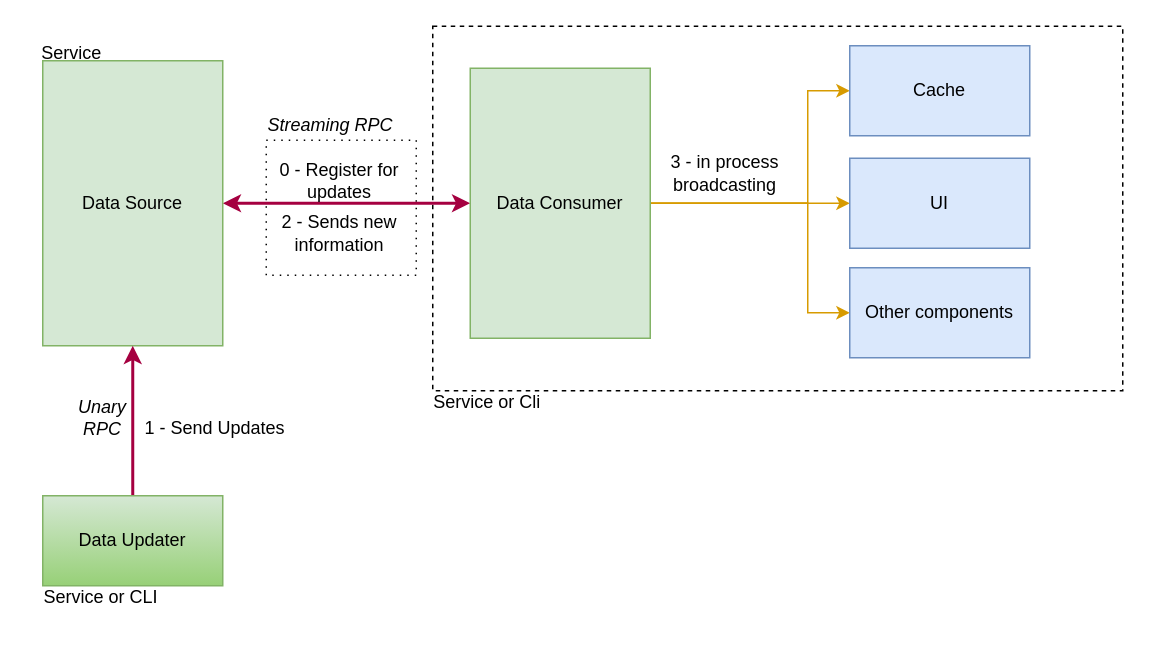
This is page "Streaming" (3 of 4) of docs/Jobico.drawio from andrescosta/jobico-fn, a draw.io file, before an edit. Source tidied: cells renumbered, new cells numbered last; positions are measured from the earlier drawing's top-left corner, leaving out a move shared by most shapes. Both pictures are drawn from the tidied source at 150%, with x=0, y=0 at pixel (26, 26).
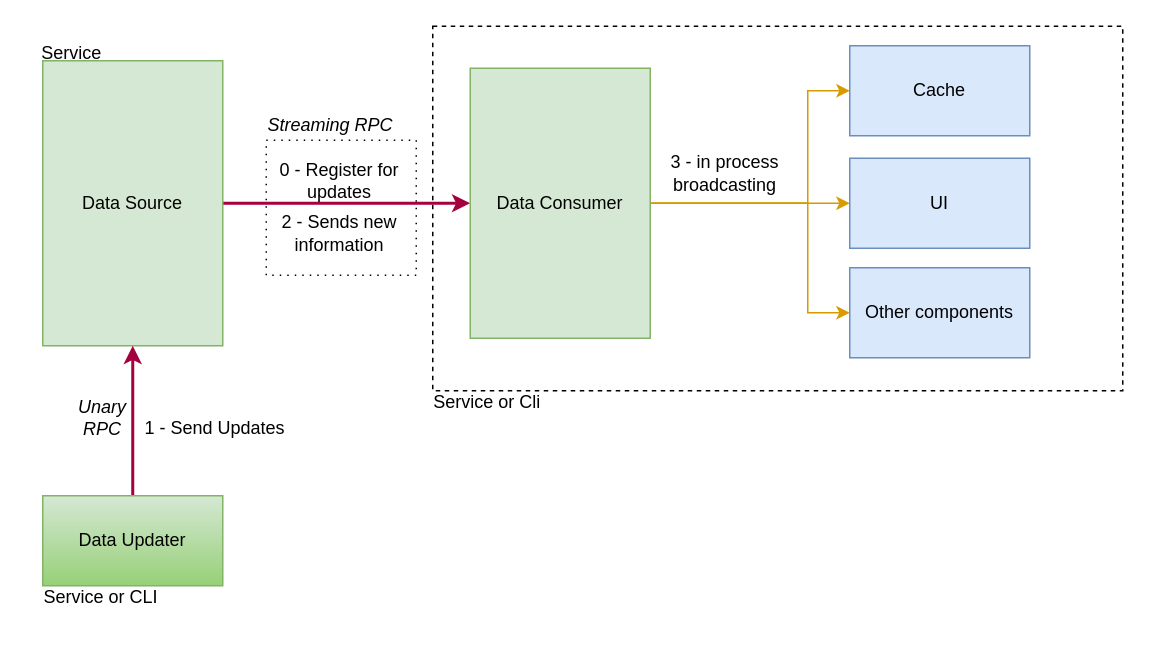
The same diagram, later.

The change refers to these unchanged cells:
```xml
<mxCell id="6" value="Data Source" style="rounded=0;whiteSpace=wrap;html=1;fillColor=#d5e8d4;strokeColor=#82b366;" parent="1" vertex="1">
  <mxGeometry x="11" y="23" width="120" height="190" as="geometry" />
</mxCell>
<mxCell id="12" value="Data Consumer" style="rounded=0;whiteSpace=wrap;html=1;fillColor=#d5e8d4;strokeColor=#82b366;" parent="1" vertex="1">
  <mxGeometry x="296" y="28" width="120" height="180" as="geometry" />
</mxCell>
```

The edit, as a diff of the source:
```diff
@@
-    <mxCell id="5" style="edgeStyle=orthogonalEdgeStyle;rounded=0;jettySize=auto;html=1;startArrow=classic;startFill=1;fillColor=#d80073;strokeColor=#A50040;strokeWidth=2;" parent="1" edge="1" source="6" target="12">
+    <mxCell id="5" style="edgeStyle=orthogonalEdgeStyle;rounded=0;jettySize=auto;html=1;startArrow=none;startFill=0;fillColor=#d80073;strokeColor=#A50040;strokeWidth=2;" parent="1" edge="1" source="6" target="12">
       <mxGeometry relative="1" as="geometry" />
     </mxCell>
```
